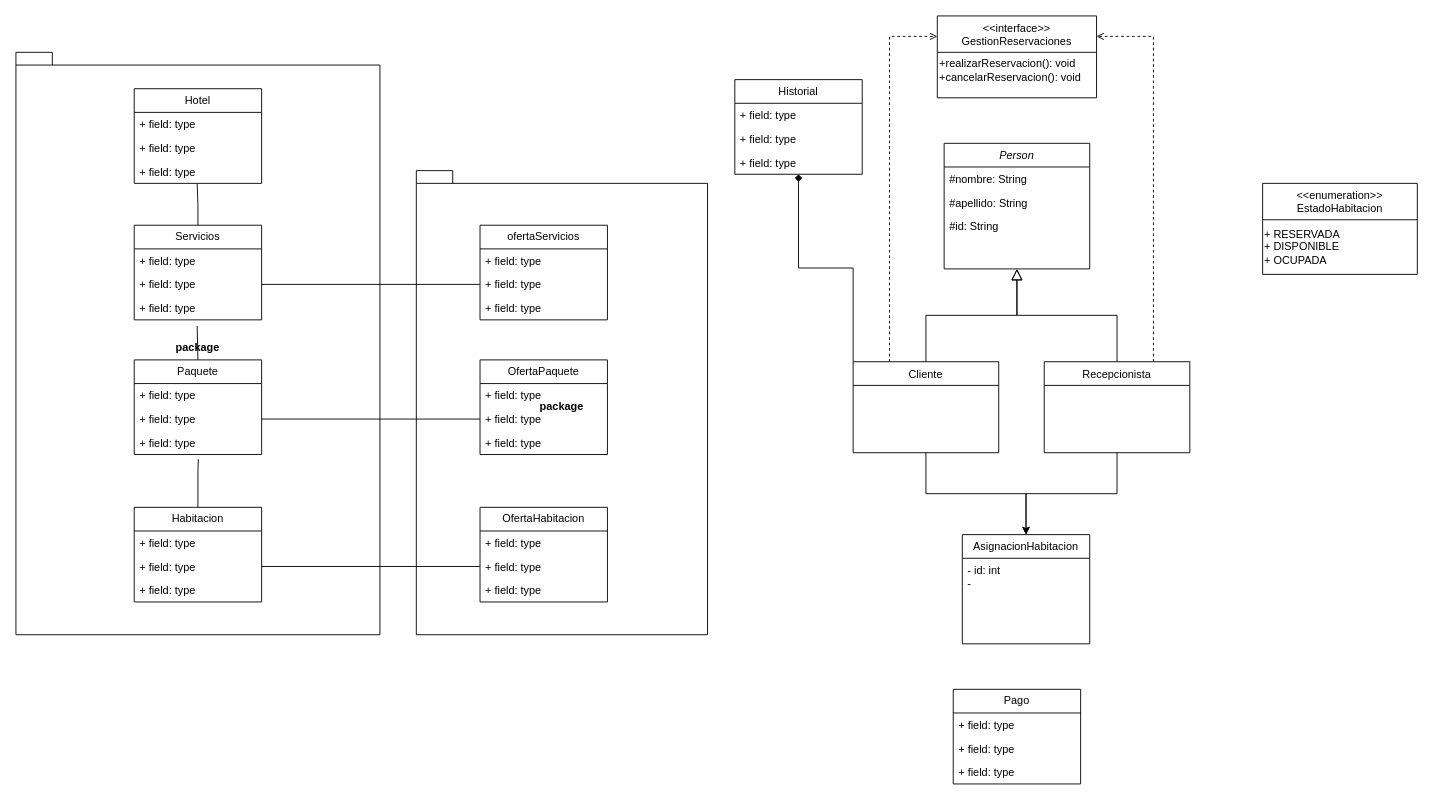
Above: SistemaReservacionesHotel.drawio in GabrielCevallos/SistemaReservacionesHotel (draw.io), before the change. Source tidied: cells renumbered, new cells numbered last; positions are measured from the earlier drawing's top-left corner, leaving out a move shared by most shapes. Both pictures are drawn from the tidied source at 91%, with x=0, y=0 at pixel (15, 15).
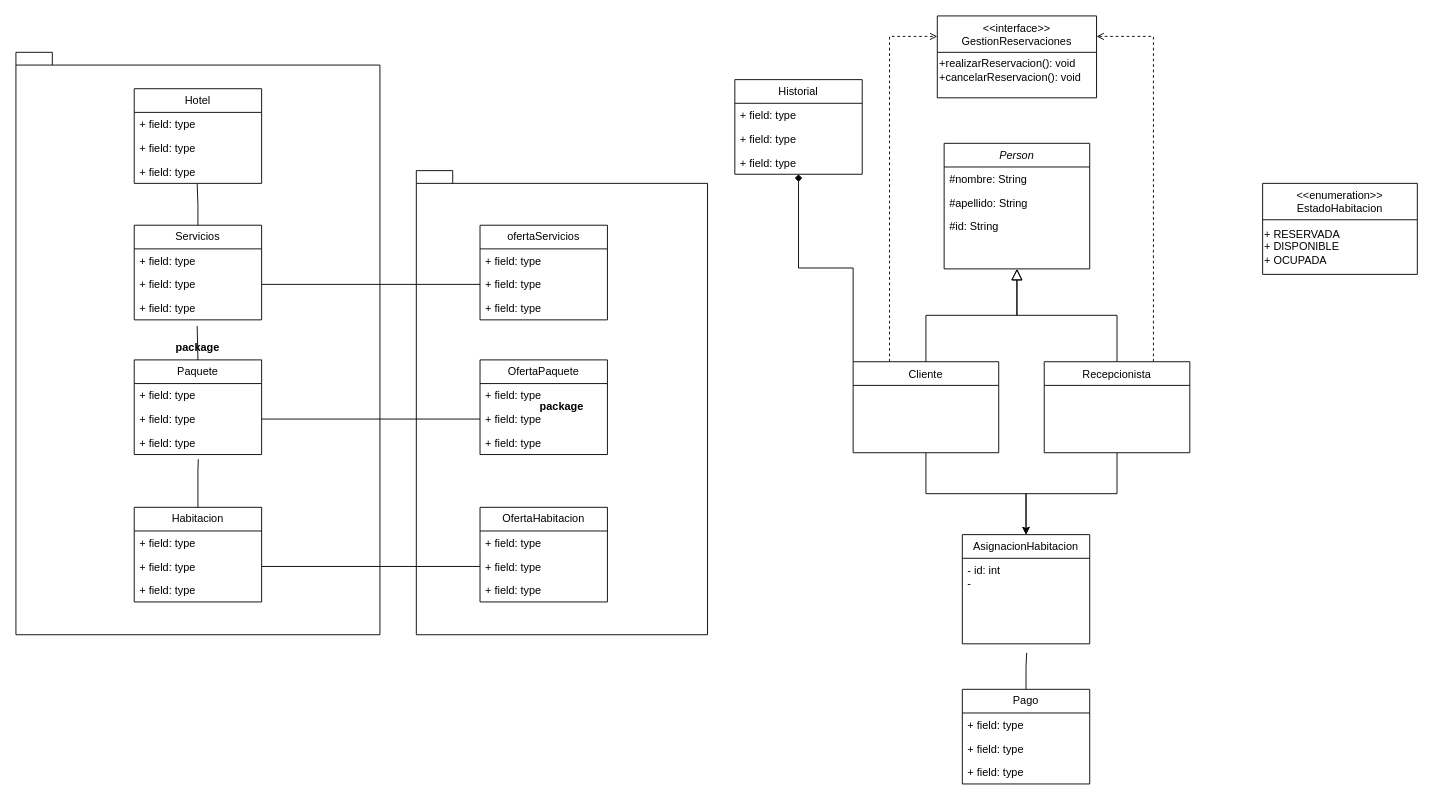
The same diagram, later.

The change refers to these unchanged cells:
```xml
<mxCell id="30" value="- id: int&lt;div&gt;-&amp;nbsp;&lt;/div&gt;" style="text;strokeColor=none;fillColor=none;align=left;verticalAlign=top;spacingLeft=4;spacingRight=4;overflow=hidden;points=[[0,0.5],[1,0.5]];portConstraint=eastwest;whiteSpace=wrap;html=1;" parent="29" vertex="1">
  <mxGeometry y="26" width="140" height="94" as="geometry" />
</mxCell>
```

Change to the diagram source:
```diff
@@
     <mxCell id="25" value="Pago" style="swimlane;fontStyle=0;horizontal=1;startSize=26;fillColor=none;whiteSpace=wrap;html=1;" parent="1" vertex="1">
-      <mxGeometry x="1030" y="740" width="140" height="104" as="geometry" />
+      <mxGeometry x="1040" y="740" width="140" height="104" as="geometry" />
     </mxCell>
@@
+    <mxCell id="67" style="edgeStyle=orthogonalEdgeStyle;rounded=0;jettySize=auto;html=1;exitX=0.5;exitY=0;exitDx=0;exitDy=0;entryX=0.505;entryY=1.106;entryDx=0;entryDy=0;entryPerimeter=0;endArrow=none;endFill=0;" parent="1" edge="1" source="25" target="30">
+      <mxGeometry relative="1" as="geometry">
+        <Array as="points">
+          <mxPoint x="1110" y="715" />
+          <mxPoint x="1111" y="700" />
+        </Array>
+      </mxGeometry>
+    </mxCell>
```
